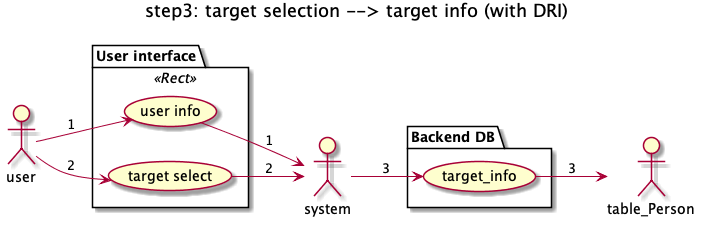
Before: myApp/static/ULM/step04.png, a diagram exported from PlantUML (snakada1615/ifna_pwa02). Its diagram source:
```plantuml
@startuml
left to right direction

title step3: target selection --> target info (with DRI)

actor :user: as user
actor :system: as admin
actor :table_Person: as table1

  package "User interface" <<Rect>> {
      user --> (user info):"1"
      (user info) --> admin:"1"
      user --> (target select):"2"
      (target select) --> admin:"2"
  }

  package "Backend DB" {
    admin --> (target_info):"3"
    (target_info) --> table1:"3"
  }


@enduml
```
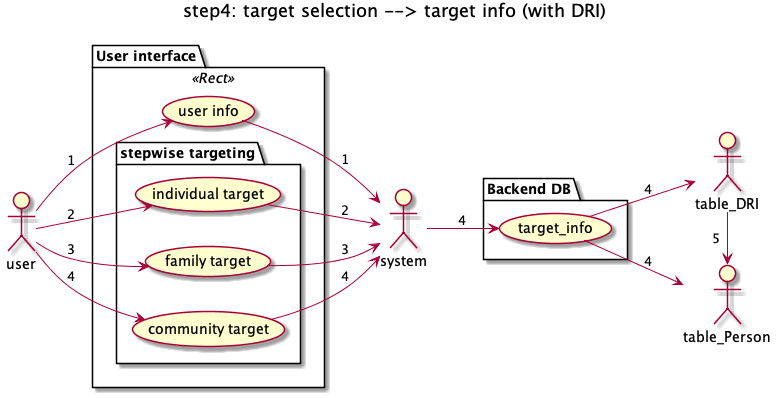
The same diagram one commit later.

The edit, as a diff of the source:
```diff
@@ -1,22 +1,31 @@
 @startuml
 left to right direction
 
-title step3: target selection --> target info (with DRI)
+title step4: target selection --> target info (with DRI)
 
 actor :user: as user
 actor :system: as admin
 actor :table_Person: as table1
+actor :table_DRI: as table2
 
   package "User interface" <<Rect>> {
       user --> (user info):"1"
       (user info) --> admin:"1"
-      user --> (target select):"2"
-      (target select) --> admin:"2"
+      package "stepwise targeting" {
+        user --> (individual target):"2"
+        (individual target) --> admin:"2"
+        user --> (family target):"3"
+        (family target) --> admin:"3"
+        user --> (community target):"4"
+        (community target) --> admin:"4"
+      }
   }
 
   package "Backend DB" {
-    admin --> (target_info):"3"
-    (target_info) --> table1:"3"
+    admin --> (target_info):"4"
+    (target_info) --> table1:"4"
+    (target_info) --> table2:"4"
+    table2 -> table1:"5"
   }
 
 
```
